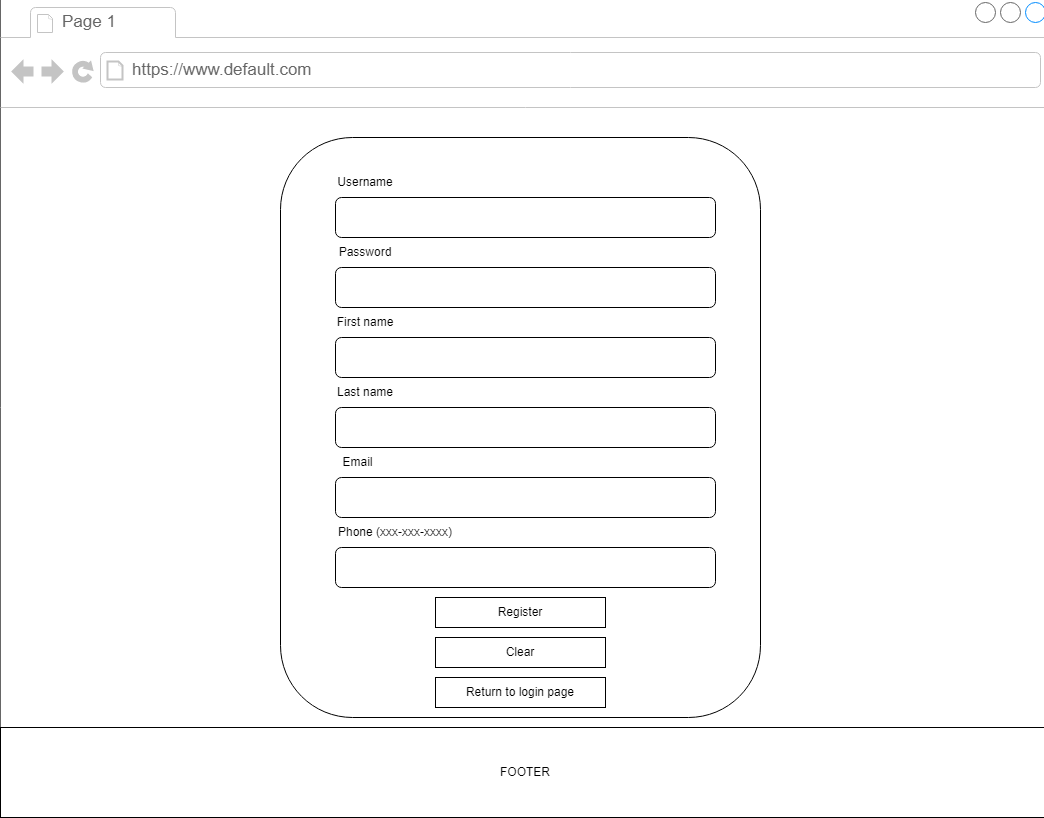
The draw.io diagram documentation/wireframe register page.png in kristina-sh/webprog-pizza-rest, before a commit. Source tidied: cells renumbered, new cells last; positions are measured from the earlier drawing's top-left corner, leaving out a move shared by most shapes.
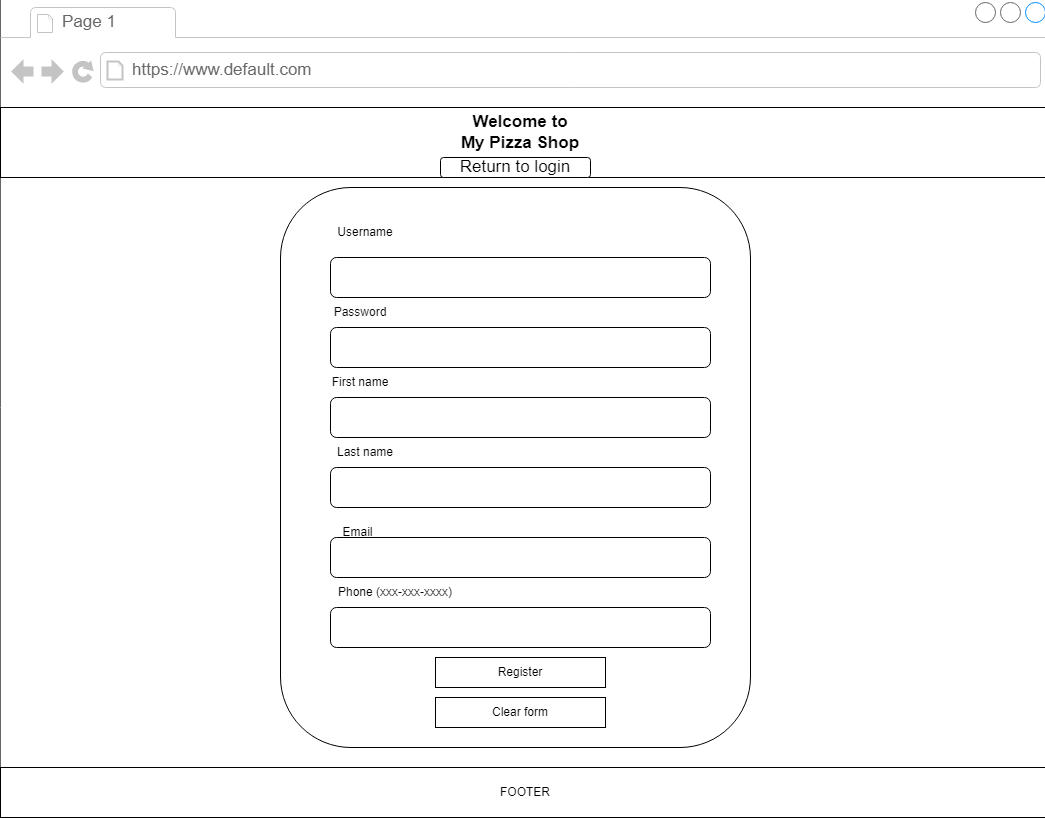
Later version of the same file.

Commit message:
wireframe for register

Diff of the diagram source:
```diff
@@ -66,55 +66,61 @@
       <mxGeometry x="130" y="60" width="250" height="26" as="geometry" />
     </mxCell>
     <mxCell id="23" style="rounded=1;whiteSpace=wrap;html=1;" parent="20" vertex="1">
-      <mxGeometry x="280" y="140" width="480" height="580" as="geometry" />
+      <mxGeometry x="280" y="190" width="470" height="560" as="geometry" />
     </mxCell>
     <mxCell id="24" style="rounded=1;whiteSpace=wrap;html=1;" parent="20" vertex="1">
-      <mxGeometry x="335" y="200" width="380" height="40" as="geometry" />
+      <mxGeometry x="330" y="260" width="380" height="40" as="geometry" />
     </mxCell>
     <mxCell id="25" style="rounded=1;whiteSpace=wrap;html=1;" parent="20" vertex="1">
-      <mxGeometry x="335" y="270" width="380" height="40" as="geometry" />
+      <mxGeometry x="330" y="330" width="380" height="40" as="geometry" />
     </mxCell>
     <mxCell id="26" style="rounded=1;whiteSpace=wrap;html=1;" parent="20" vertex="1">
-      <mxGeometry x="335" y="550" width="380" height="40" as="geometry" />
+      <mxGeometry x="330" y="610" width="380" height="40" as="geometry" />
     </mxCell>
     <mxCell id="27" style="rounded=1;whiteSpace=wrap;html=1;" parent="20" vertex="1">
-      <mxGeometry x="335" y="480" width="380" height="40" as="geometry" />
+      <mxGeometry x="330" y="540" width="380" height="40" as="geometry" />
     </mxCell>
     <mxCell id="28" style="rounded=1;whiteSpace=wrap;html=1;" parent="20" vertex="1">
-      <mxGeometry x="335" y="410" width="380" height="40" as="geometry" />
+      <mxGeometry x="330" y="470" width="380" height="40" as="geometry" />
     </mxCell>
     <mxCell id="29" style="rounded=1;whiteSpace=wrap;html=1;" parent="20" vertex="1">
-      <mxGeometry x="335" y="340" width="380" height="40" as="geometry" />
+      <mxGeometry x="330" y="400" width="380" height="40" as="geometry" />
     </mxCell>
     <mxCell id="30" value="Register" style="rounded=0;whiteSpace=wrap;html=1;" parent="20" vertex="1">
-      <mxGeometry x="435" y="600" width="170" height="30" as="geometry" />
+      <mxGeometry x="435" y="660" width="170" height="30" as="geometry" />
     </mxCell>
     <mxCell id="31" value="FOOTER" style="rounded=0;whiteSpace=wrap;html=1;" parent="20" vertex="1">
-      <mxGeometry y="730" width="1050" height="90" as="geometry" />
+      <mxGeometry y="770" width="1050" height="50" as="geometry" />
     </mxCell>
     <mxCell id="32" value="Username" style="text;html=1;strokeColor=none;fillColor=none;align=center;verticalAlign=middle;whiteSpace=wrap;rounded=0;" parent="20" vertex="1">
-      <mxGeometry x="335" y="170" width="60" height="30" as="geometry" />
+      <mxGeometry x="335" y="220" width="60" height="30" as="geometry" />
     </mxCell>
     <mxCell id="33" value="Password" style="text;html=1;strokeColor=none;fillColor=none;align=center;verticalAlign=middle;whiteSpace=wrap;rounded=0;" parent="20" vertex="1">
-      <mxGeometry x="335" y="240" width="60" height="30" as="geometry" />
+      <mxGeometry x="330" y="300" width="60" height="30" as="geometry" />
     </mxCell>
     <mxCell id="34" value="First name" style="text;html=1;strokeColor=none;fillColor=none;align=center;verticalAlign=middle;whiteSpace=wrap;rounded=0;" parent="20" vertex="1">
-      <mxGeometry x="335" y="310" width="60" height="30" as="geometry" />
+      <mxGeometry x="330" y="370" width="60" height="30" as="geometry" />
     </mxCell>
     <mxCell id="35" value="Last name" style="text;html=1;strokeColor=none;fillColor=none;align=center;verticalAlign=middle;whiteSpace=wrap;rounded=0;" parent="20" vertex="1">
-      <mxGeometry x="335" y="380" width="60" height="30" as="geometry" />
+      <mxGeometry x="335" y="440" width="60" height="30" as="geometry" />
     </mxCell>
     <mxCell id="36" value="Email" style="text;html=1;strokeColor=none;fillColor=none;align=center;verticalAlign=middle;whiteSpace=wrap;rounded=0;" parent="20" vertex="1">
-      <mxGeometry x="320" y="450" width="75" height="30" as="geometry" />
+      <mxGeometry x="320" y="520" width="75" height="30" as="geometry" />
     </mxCell>
     <mxCell id="37" value="Phone (xxx-xxx-xxxx)" style="text;html=1;strokeColor=none;fillColor=none;align=center;verticalAlign=middle;whiteSpace=wrap;rounded=0;" parent="20" vertex="1">
-      <mxGeometry x="290" y="520" width="210" height="30" as="geometry" />
+      <mxGeometry x="290" y="580" width="210" height="30" as="geometry" />
     </mxCell>
-    <mxCell id="38" value="Clear" style="rounded=0;whiteSpace=wrap;html=1;" parent="20" vertex="1">
-      <mxGeometry x="435" y="640" width="170" height="30" as="geometry" />
+    <mxCell id="38" value="Clear form" style="rounded=0;whiteSpace=wrap;html=1;" parent="20" vertex="1">
+      <mxGeometry x="435" y="700" width="170" height="30" as="geometry" />
     </mxCell>
-    <mxCell id="39" value="Return to login page" style="rounded=0;whiteSpace=wrap;html=1;" parent="20" vertex="1">
-      <mxGeometry x="435" y="680" width="170" height="30" as="geometry" />
-    </mxCell>
+    <mxCell id="40" style="rounded=0;whiteSpace=wrap;html=1;fontSize=17;" parent="20" vertex="1">
+      <mxGeometry y="110" width="1050" height="70" as="geometry" />
+    </mxCell>
+    <mxCell id="41" value="Return to login" style="rounded=1;whiteSpace=wrap;html=1;fontSize=17;" parent="20" vertex="1">
+      <mxGeometry x="440" y="160" width="150" height="20" as="geometry" />
+    </mxCell>
+    <mxCell id="42" value="Welcome to&lt;br&gt;My Pizza Shop" style="text;html=1;strokeColor=none;fillColor=none;align=center;verticalAlign=middle;whiteSpace=wrap;rounded=0;fontSize=17;fontStyle=1;" parent="20" vertex="1">
+      <mxGeometry x="325" y="110" width="390" height="50" as="geometry" />
+    </mxCell>
   </root>
 </mxGraphModel>
```
